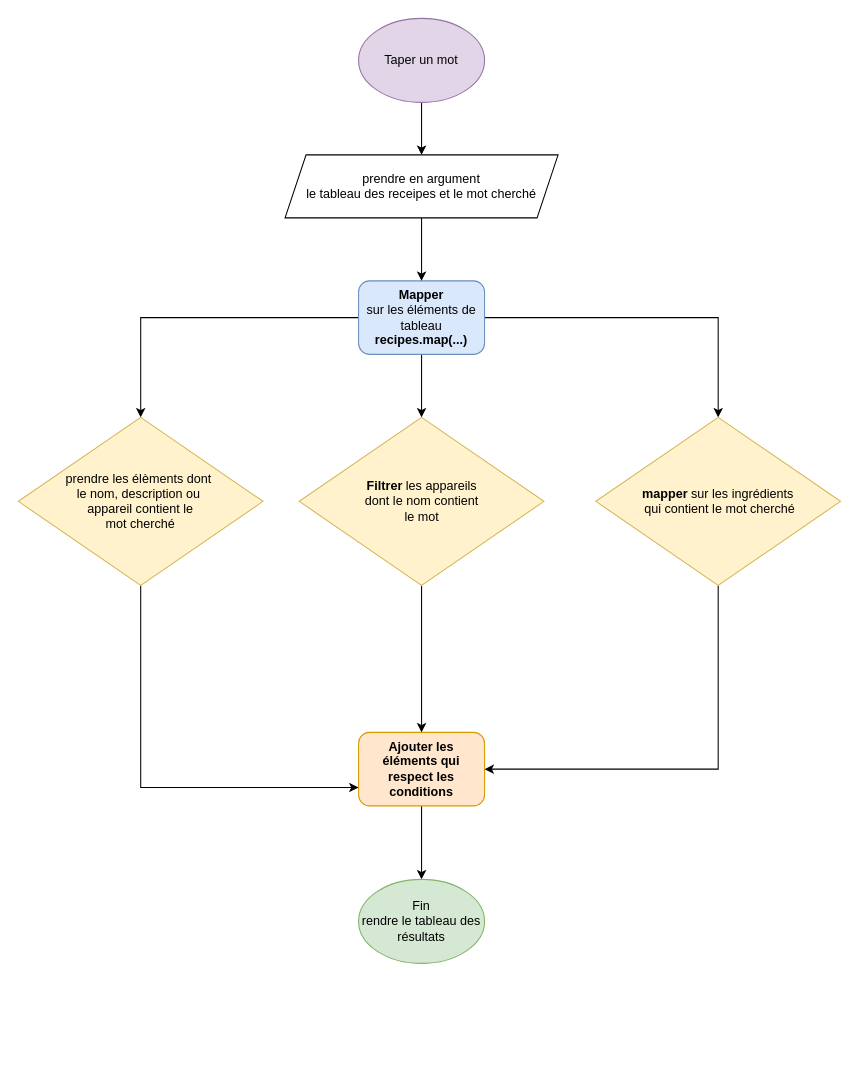
Earlier version of the draw.io diagram diagrams/diagram_algo_map.drawio (oumaimameddah/Les-petits-plats). Source tidied: cells renumbered, new cells numbered last; positions are measured from the earlier drawing's top-left corner, leaving out a move shared by most shapes. Both pictures are drawn from the tidied source at 105%, with x=0, y=0 at pixel (18, 18).
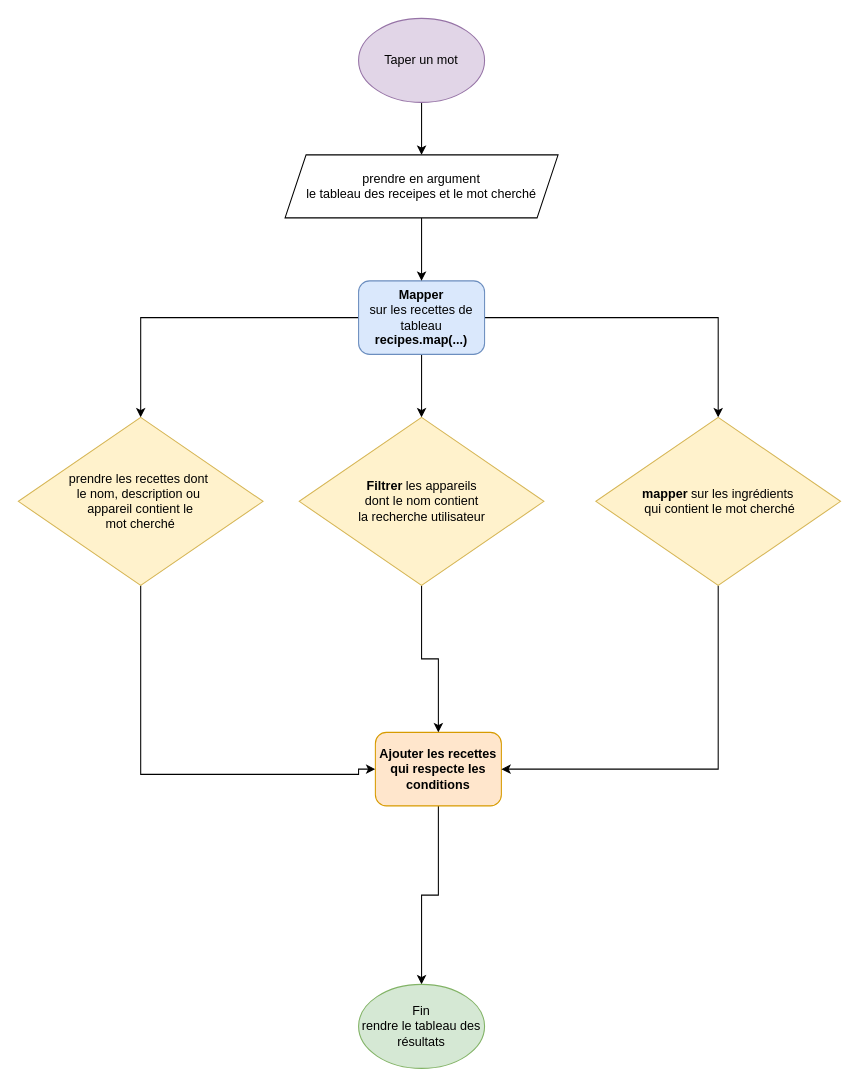
Above is the later version.

Commit message (it also covers changes not shown here):
Modifier les diagrams PDF et fichier draw IO

The edit, as a diff of the source:
```diff
@@
-    <mxCell id="7" value="&lt;b&gt;Mapper&lt;br&gt;&lt;/b&gt;sur les éléments de tableau&lt;br&gt;&lt;b&gt;recipes.map(...)&lt;/b&gt;" style="rounded=1;whiteSpace=wrap;html=1;fillColor=#dae8fc;strokeColor=#6c8ebf;" parent="1" vertex="1">
+    <mxCell id="7" value="&lt;b&gt;Mapper&lt;br&gt;&lt;/b&gt;sur les recettes de tableau&lt;br&gt;&lt;b&gt;recipes.map(...)&lt;/b&gt;" style="rounded=1;whiteSpace=wrap;html=1;fillColor=#dae8fc;strokeColor=#6c8ebf;" parent="1" vertex="1">
       <mxGeometry x="324" y="250" width="120" height="70" as="geometry" />
     </mxCell>
@@
-    <mxCell id="10" style="edgeStyle=orthogonalEdgeStyle;rounded=0;jettySize=auto;html=1;entryX=0;entryY=0.75;entryDx=0;entryDy=0;fontSize=12;" parent="1" edge="1" source="11" target="13">
+    <mxCell id="10" style="edgeStyle=orthogonalEdgeStyle;rounded=0;jettySize=auto;html=1;fontSize=12;entryX=0;entryY=0.5;entryDx=0;entryDy=0;" parent="1" edge="1" source="11" target="13">
       <mxGeometry relative="1" as="geometry">
         <Array as="points">
-          <mxPoint x="117" y="733" />
+          <mxPoint x="117" y="720" />
+          <mxPoint x="324" y="720" />
         </Array>
       </mxGeometry>
     </mxCell>
-    <mxCell id="11" value="prendre les élèments dont&amp;nbsp;&lt;br&gt;le nom, description ou&amp;nbsp;&lt;br&gt;appareil contient le&lt;br&gt;mot cherché" style="rhombus;whiteSpace=wrap;html=1;fillColor=#fff2cc;strokeColor=#d6b656;" parent="1" vertex="1">
+    <mxCell id="11" value="prendre les recettes dont&amp;nbsp;&lt;br&gt;le nom, description ou&amp;nbsp;&lt;br&gt;appareil contient le&lt;br&gt;mot cherché" style="rhombus;whiteSpace=wrap;html=1;fillColor=#fff2cc;strokeColor=#d6b656;" parent="1" vertex="1">
       <mxGeometry y="380" width="233" height="160" as="geometry" />
     </mxCell>
@@
-    <mxCell id="13" value="&lt;b&gt;Ajouter les éléments&amp;nbsp;qui respect les conditions&lt;/b&gt;" style="rounded=1;whiteSpace=wrap;html=1;fillColor=#ffe6cc;strokeColor=#d79b00;" parent="1" vertex="1">
-      <mxGeometry x="324" y="680" width="120" height="70" as="geometry" />
+    <mxCell id="13" value="&lt;b&gt;Ajouter les recettes qui respecte les conditions&lt;/b&gt;" style="rounded=1;whiteSpace=wrap;html=1;fillColor=#ffe6cc;strokeColor=#d79b00;" parent="1" vertex="1">
+      <mxGeometry x="340" y="680" width="120" height="70" as="geometry" />
     </mxCell>
     <mxCell id="14" value="Fin&lt;br&gt;rendre le tableau des résultats" style="ellipse;whiteSpace=wrap;html=1;fontSize=12;fillColor=#d5e8d4;strokeColor=#82b366;" parent="1" vertex="1">
-      <mxGeometry x="324" y="820" width="120" height="80" as="geometry" />
+      <mxGeometry x="324" y="920" width="120" height="80" as="geometry" />
     </mxCell>
@@
-    <mxCell id="16" value="&lt;b&gt;Filtrer&lt;/b&gt;&amp;nbsp;les appareils&lt;br&gt;dont le nom contient&lt;br&gt;le mot" style="rhombus;whiteSpace=wrap;html=1;fillColor=#fff2cc;strokeColor=#d6b656;" parent="1" vertex="1">
+    <mxCell id="16" value="&lt;b&gt;Filtrer&lt;/b&gt;&amp;nbsp;les appareils&lt;br&gt;dont le nom contient&lt;br&gt;la recherche utilisateur" style="rhombus;whiteSpace=wrap;html=1;fillColor=#fff2cc;strokeColor=#d6b656;" parent="1" vertex="1">
       <mxGeometry x="267.5" y="380" width="233" height="160" as="geometry" />
     </mxCell>
```
